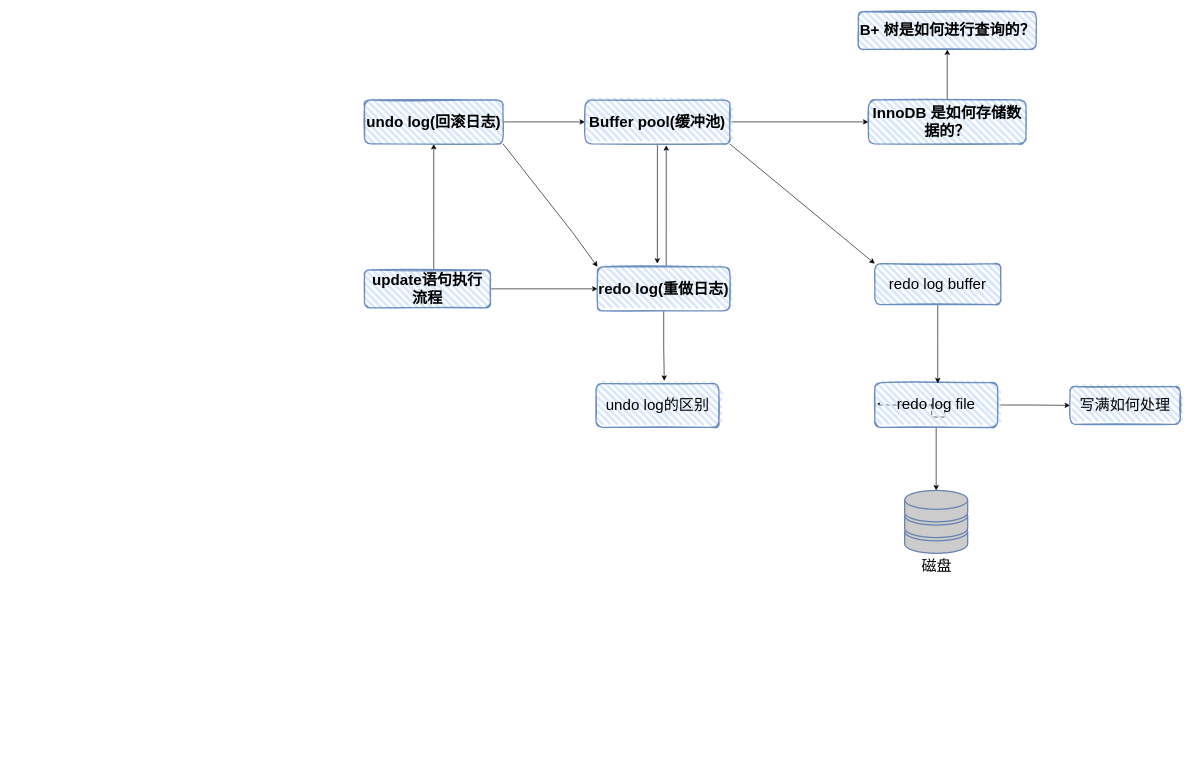
liuyaokeji/drawing keeps this draw.io diagram as 三大日志.drawio. Above is the earlier version. Source tidied: cells renumbered, new cells numbered last; positions are measured from the earlier drawing's top-left corner, leaving out a move shared by most shapes. Both pictures are drawn from the tidied source at 63%, with x=0, y=0 at pixel (364, 11).
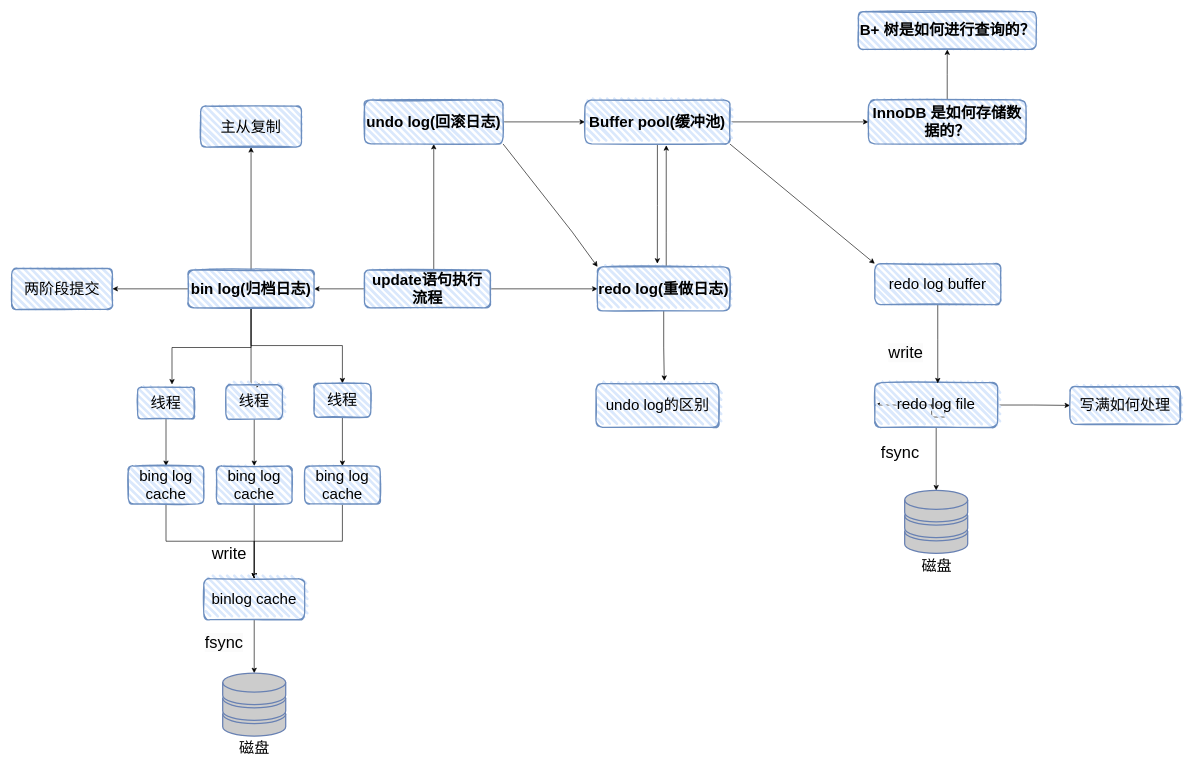
After the change.

Commit message:
更新三大日志.drawio

The change refers to these unchanged cells:
```xml
<mxCell id="4" value="update语句执行流程" style="rounded=1;whiteSpace=wrap;html=1;strokeWidth=2;fillWeight=4;hachureGap=8;hachureAngle=45;fillColor=#dae8fc;sketch=1;glass=0;strokeColor=#6c8ebf;fontSize=24;fontStyle=1;" parent="1" vertex="1">
  <mxGeometry y="410" width="200" height="60" as="geometry" />
</mxCell>
```

The edit, as a diff of the source:
```diff
@@
+    <mxCell id="28" style="edgeStyle=orthogonalEdgeStyle;rounded=0;jettySize=auto;html=1;" parent="1" edge="1" source="4" target="34">
+      <mxGeometry relative="1" as="geometry" />
+    </mxCell>
@@
+    <mxCell id="29" style="edgeStyle=orthogonalEdgeStyle;rounded=0;jettySize=auto;html=1;entryX=0.5;entryY=1;entryDx=0;entryDy=0;" parent="1" edge="1" source="34" target="35">
+      <mxGeometry relative="1" as="geometry" />
+    </mxCell>
+    <mxCell id="30" style="edgeStyle=orthogonalEdgeStyle;rounded=0;jettySize=auto;html=1;entryX=0.606;entryY=-0.087;entryDx=0;entryDy=0;entryPerimeter=0;" parent="1" edge="1" source="34" target="37">
+      <mxGeometry relative="1" as="geometry" />
+    </mxCell>
+    <mxCell id="31" style="edgeStyle=orthogonalEdgeStyle;rounded=0;jettySize=auto;html=1;entryX=0.633;entryY=0.011;entryDx=0;entryDy=0;entryPerimeter=0;" parent="1" edge="1" source="34" target="41">
+      <mxGeometry relative="1" as="geometry">
+        <Array as="points">
+          <mxPoint x="-180" y="593" />
+        </Array>
+      </mxGeometry>
+    </mxCell>
+    <mxCell id="32" style="edgeStyle=orthogonalEdgeStyle;rounded=0;jettySize=auto;html=1;entryX=0.5;entryY=0;entryDx=0;entryDy=0;" parent="1" edge="1" source="34" target="39">
+      <mxGeometry relative="1" as="geometry">
+        <Array as="points">
+          <mxPoint x="-180" y="530" />
+          <mxPoint x="-35" y="530" />
+        </Array>
+      </mxGeometry>
+    </mxCell>
+    <mxCell id="33" style="edgeStyle=orthogonalEdgeStyle;rounded=0;jettySize=auto;html=1;fontSize=26;" parent="1" edge="1" source="34" target="56">
+      <mxGeometry relative="1" as="geometry" />
+    </mxCell>
+    <mxCell id="34" value="bin log(归档日志)" style="rounded=1;whiteSpace=wrap;html=1;strokeWidth=2;fillWeight=4;hachureGap=8;hachureAngle=45;fillColor=#dae8fc;sketch=1;glass=0;strokeColor=#6c8ebf;fontSize=24;fontStyle=1;" parent="1" vertex="1">
+      <mxGeometry x="-280" y="410" width="200" height="60" as="geometry" />
+    </mxCell>
+    <mxCell id="35" value="主从复制" style="whiteSpace=wrap;html=1;rounded=1;glass=0;sketch=1;fillWeight=4;hachureGap=8;hachureAngle=45;strokeColor=#6c8ebf;strokeWidth=2;fontFamily=Helvetica;fontSize=24;fontColor=default;fillColor=#dae8fc;" parent="1" vertex="1">
+      <mxGeometry x="-260" y="150" width="160" height="65" as="geometry" />
+    </mxCell>
+    <mxCell id="36" style="edgeStyle=orthogonalEdgeStyle;rounded=0;jettySize=auto;html=1;" parent="1" edge="1" source="37" target="43">
+      <mxGeometry relative="1" as="geometry" />
+    </mxCell>
+    <mxCell id="37" value="线程" style="whiteSpace=wrap;html=1;rounded=1;glass=0;sketch=1;fillWeight=4;hachureGap=8;hachureAngle=45;strokeColor=#6c8ebf;strokeWidth=2;fontFamily=Helvetica;fontSize=24;fontColor=default;fillColor=#dae8fc;" parent="1" vertex="1">
+      <mxGeometry x="-360" y="596.2" width="90" height="50" as="geometry" />
+    </mxCell>
+    <mxCell id="38" style="edgeStyle=orthogonalEdgeStyle;rounded=0;jettySize=auto;html=1;entryX=0.5;entryY=0;entryDx=0;entryDy=0;" parent="1" edge="1" source="39" target="47">
+      <mxGeometry relative="1" as="geometry" />
+    </mxCell>
+    <mxCell id="39" value="线程" style="whiteSpace=wrap;html=1;rounded=1;glass=0;sketch=1;fillWeight=4;hachureGap=8;hachureAngle=45;strokeColor=#6c8ebf;strokeWidth=2;fontFamily=Helvetica;fontSize=24;fontColor=default;fillColor=#dae8fc;" parent="1" vertex="1">
+      <mxGeometry x="-80" y="590" width="90" height="53.8" as="geometry" />
+    </mxCell>
+    <mxCell id="40" style="edgeStyle=orthogonalEdgeStyle;rounded=0;jettySize=auto;html=1;entryX=0.5;entryY=0;entryDx=0;entryDy=0;" parent="1" edge="1" source="41" target="45">
+      <mxGeometry relative="1" as="geometry" />
+    </mxCell>
+    <mxCell id="41" value="线程" style="whiteSpace=wrap;html=1;rounded=1;glass=0;sketch=1;fillWeight=4;hachureGap=8;hachureAngle=45;strokeColor=#6c8ebf;strokeWidth=2;fontFamily=Helvetica;fontSize=24;fontColor=default;fillColor=#dae8fc;" parent="1" vertex="1">
+      <mxGeometry x="-220" y="591.9" width="90" height="55" as="geometry" />
+    </mxCell>
+    <mxCell id="42" style="edgeStyle=orthogonalEdgeStyle;rounded=0;jettySize=auto;html=1;entryX=0.5;entryY=0;entryDx=0;entryDy=0;" parent="1" edge="1" source="43" target="49">
+      <mxGeometry relative="1" as="geometry" />
+    </mxCell>
+    <mxCell id="43" value="bing log cache" style="whiteSpace=wrap;html=1;fontSize=24;fillColor=#dae8fc;strokeColor=#6c8ebf;rounded=1;glass=0;sketch=1;fillWeight=4;hachureGap=8;hachureAngle=45;strokeWidth=2;" parent="1" vertex="1">
+      <mxGeometry x="-375" y="721.2" width="120" height="60" as="geometry" />
+    </mxCell>
+    <mxCell id="44" style="edgeStyle=orthogonalEdgeStyle;rounded=0;jettySize=auto;html=1;entryX=0.5;entryY=0;entryDx=0;entryDy=0;" parent="1" edge="1" source="45" target="49">
+      <mxGeometry relative="1" as="geometry" />
+    </mxCell>
+    <mxCell id="45" value="bing log cache" style="whiteSpace=wrap;html=1;fontSize=24;fillColor=#dae8fc;strokeColor=#6c8ebf;rounded=1;glass=0;sketch=1;fillWeight=4;hachureGap=8;hachureAngle=45;strokeWidth=2;" parent="1" vertex="1">
+      <mxGeometry x="-235" y="721.2" width="120" height="60" as="geometry" />
+    </mxCell>
+    <mxCell id="46" style="edgeStyle=orthogonalEdgeStyle;rounded=0;jettySize=auto;html=1;entryX=0.5;entryY=0;entryDx=0;entryDy=0;" parent="1" edge="1" source="47" target="49">
+      <mxGeometry relative="1" as="geometry" />
+    </mxCell>
+    <mxCell id="47" value="bing log cache" style="whiteSpace=wrap;html=1;fontSize=24;fillColor=#dae8fc;strokeColor=#6c8ebf;rounded=1;glass=0;sketch=1;fillWeight=4;hachureGap=8;hachureAngle=45;strokeWidth=2;" parent="1" vertex="1">
+      <mxGeometry x="-95" y="721.2" width="120" height="60" as="geometry" />
+    </mxCell>
+    <mxCell id="48" style="edgeStyle=orthogonalEdgeStyle;rounded=0;jettySize=auto;html=1;entryX=0.5;entryY=0;entryDx=0;entryDy=0;entryPerimeter=0;fontSize=26;" parent="1" edge="1" source="49" target="53">
+      <mxGeometry relative="1" as="geometry" />
+    </mxCell>
+    <mxCell id="49" value="binlog cache" style="whiteSpace=wrap;html=1;rounded=1;glass=0;sketch=1;fillWeight=4;hachureGap=8;hachureAngle=45;strokeColor=#6c8ebf;strokeWidth=2;fontFamily=Helvetica;fontSize=24;fontColor=default;fillColor=#dae8fc;" parent="1" vertex="1">
+      <mxGeometry x="-255" y="900" width="160" height="65" as="geometry" />
+    </mxCell>
+    <mxCell id="50" value="&lt;font style=&quot;font-size: 26px;&quot;&gt;write&lt;/font&gt;" style="text;html=1;align=center;verticalAlign=middle;strokeColor=none;fillColor=none;" parent="1" vertex="1">
+      <mxGeometry x="-255" y="840" width="80" height="40" as="geometry" />
+    </mxCell>
+    <mxCell id="51" value="&lt;span style=&quot;color: rgb(0, 0, 0); font-family: Helvetica; font-size: 26px; font-style: normal; font-variant-ligatures: normal; font-variant-caps: normal; font-weight: 400; letter-spacing: normal; orphans: 2; text-align: center; text-indent: 0px; text-transform: none; widows: 2; word-spacing: 0px; -webkit-text-stroke-width: 0px; background-color: rgb(251, 251, 251); text-decoration-thickness: initial; text-decoration-style: initial; text-decoration-color: initial; float: none; display: inline !important;&quot;&gt;write&lt;/span&gt;" style="text;whiteSpace=wrap;html=1;fontSize=26;" parent="1" vertex="1">
+      <mxGeometry x="830" y="520" width="90" height="50" as="geometry" />
+    </mxCell>
+    <mxCell id="52" value="fsync" style="text;html=1;align=center;verticalAlign=middle;strokeColor=none;fillColor=none;fontSize=26;" parent="1" vertex="1">
+      <mxGeometry x="810" y="680" width="80" height="40" as="geometry" />
+    </mxCell>
+    <mxCell id="53" style="fontColor=#0066CC;verticalAlign=top;verticalLabelPosition=bottom;labelPosition=center;align=center;html=1;outlineConnect=0;fillColor=#CCCCCC;strokeColor=#6881B3;gradientColor=none;gradientDirection=north;strokeWidth=2;shape=mxgraph.networks.storage;fontSize=24;" parent="1" vertex="1">
+      <mxGeometry x="-225" y="1050" width="100" height="100" as="geometry" />
+    </mxCell>
+    <mxCell id="54" value="磁盘" style="text;html=1;align=center;verticalAlign=middle;strokeColor=none;fillColor=none;fontSize=24;" parent="1" vertex="1">
+      <mxGeometry x="-210" y="1150" width="70" height="40" as="geometry" />
+    </mxCell>
+    <mxCell id="55" value="&lt;span style=&quot;color: rgb(0, 0, 0); font-family: Helvetica; font-size: 26px; font-style: normal; font-variant-ligatures: normal; font-variant-caps: normal; font-weight: 400; letter-spacing: normal; orphans: 2; text-align: center; text-indent: 0px; text-transform: none; widows: 2; word-spacing: 0px; -webkit-text-stroke-width: 0px; background-color: rgb(251, 251, 251); text-decoration-thickness: initial; text-decoration-style: initial; text-decoration-color: initial; float: none; display: inline !important;&quot;&gt;fsync&lt;/span&gt;" style="text;whiteSpace=wrap;html=1;fontSize=26;" parent="1" vertex="1">
+      <mxGeometry x="-255" y="980" width="90" height="50" as="geometry" />
+    </mxCell>
+    <mxCell id="56" value="两阶段提交" style="whiteSpace=wrap;html=1;rounded=1;glass=0;sketch=1;fillWeight=4;hachureGap=8;hachureAngle=45;strokeColor=#6c8ebf;strokeWidth=2;fontFamily=Helvetica;fontSize=24;fontColor=default;fillColor=#dae8fc;" parent="1" vertex="1">
+      <mxGeometry x="-560" y="407.5" width="160" height="65" as="geometry" />
+    </mxCell>
```
